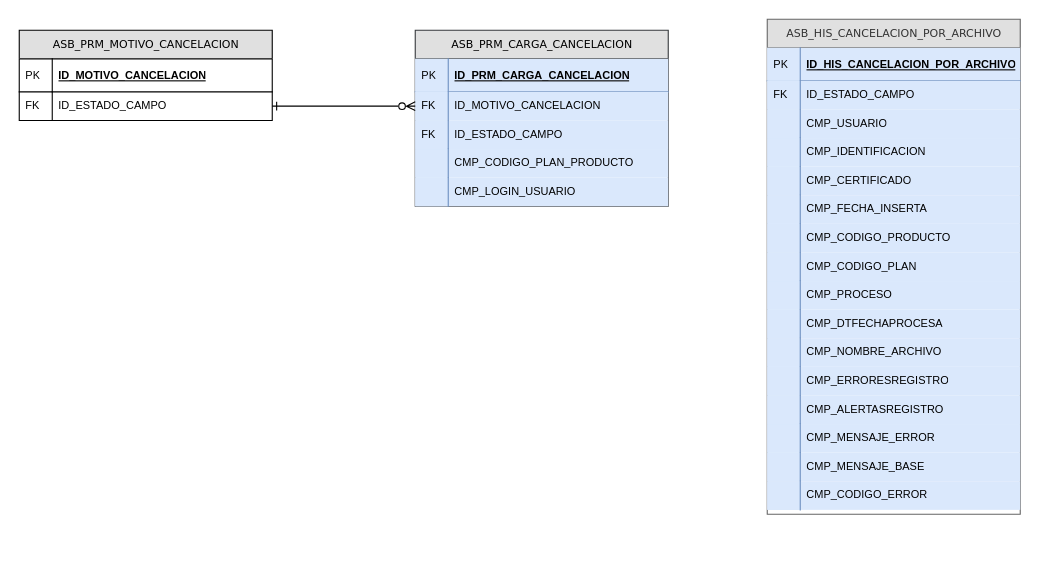
Earlier version of the draw.io diagram Diagrama_ER_CargaCancelacionPorArchivo.drawio (dmateoval/Diagramas). Source tidied: cells renumbered, new cells numbered last; positions are measured from the earlier drawing's top-left corner, leaving out a move shared by most shapes. Both pictures are drawn from the tidied source at 110%, with x=0, y=0 at pixel (19, 19).
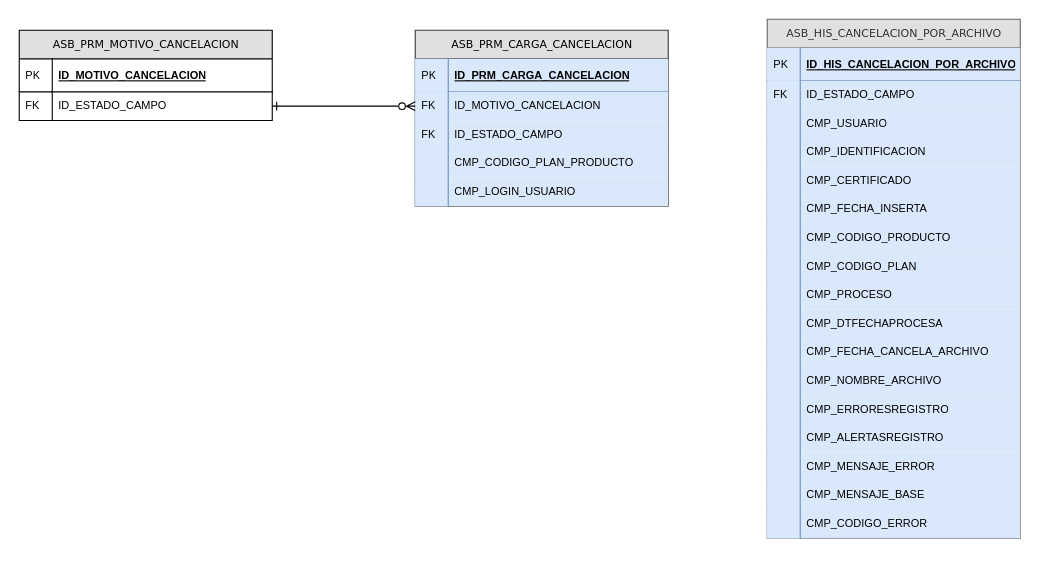
Above is the later version.

What changed in the source:
```diff
@@
     <mxCell id="18" value="ASB_HIS_CANCELACION_POR_ARCHIVO" style="swimlane;html=1;fontStyle=0;horizontal=1;startSize=26;fillColor=#e0e0e0;swimlaneFillColor=#ffffff;align=center;rounded=0;shadow=0;comic=0;labelBackgroundColor=none;strokeWidth=1;fontFamily=Verdana;fontSize=10;strokeColor=#666666;fontColor=#333333;" parent="1" vertex="1">
-      <mxGeometry x="680" width="230" height="450" as="geometry" />
+      <mxGeometry x="680" width="230" height="472" as="geometry" />
     </mxCell>
@@
+    <mxCell id="52" value="CMP_FECHA_CANCELA_ARCHIVO" style="shape=partialRectangle;top=0;left=0;right=0;bottom=0;html=1;align=left;verticalAlign=top;fillColor=#dae8fc;spacingLeft=34;spacingRight=4;whiteSpace=wrap;overflow=hidden;fontSize=10;strokeColor=#6c8ebf;" parent="18" vertex="1">
+      <mxGeometry y="290" width="230" height="26" as="geometry" />
+    </mxCell>
+    <mxCell id="53" style="shape=partialRectangle;top=0;left=0;bottom=0;html=1;fillColor=#dae8fc;align=left;verticalAlign=top;spacingLeft=4;spacingRight=4;whiteSpace=wrap;overflow=hidden;fontSize=10;strokeColor=#6c8ebf;" parent="52" vertex="1">
+      <mxGeometry width="30" height="26" as="geometry" />
+    </mxCell>
     <mxCell id="39" value="CMP_NOMBRE_ARCHIVO" style="shape=partialRectangle;top=0;left=0;right=0;bottom=0;html=1;align=left;verticalAlign=top;fillColor=#dae8fc;spacingLeft=34;spacingRight=4;whiteSpace=wrap;overflow=hidden;fontSize=10;strokeColor=#6c8ebf;" parent="18" vertex="1">
-      <mxGeometry y="290" width="230" height="26" as="geometry" />
+      <mxGeometry y="316" width="230" height="26" as="geometry" />
     </mxCell>
@@
     <mxCell id="41" value="CMP_ERRORESREGISTRO" style="shape=partialRectangle;top=0;left=0;right=0;bottom=0;html=1;align=left;verticalAlign=top;fillColor=#dae8fc;spacingLeft=34;spacingRight=4;whiteSpace=wrap;overflow=hidden;fontSize=10;strokeColor=#6c8ebf;" parent="18" vertex="1">
-      <mxGeometry y="316" width="230" height="26" as="geometry" />
+      <mxGeometry y="342" width="230" height="26" as="geometry" />
     </mxCell>
@@
     <mxCell id="43" value="CMP_ALERTASREGISTRO" style="shape=partialRectangle;top=0;left=0;right=0;bottom=0;html=1;align=left;verticalAlign=top;fillColor=#dae8fc;spacingLeft=34;spacingRight=4;whiteSpace=wrap;overflow=hidden;fontSize=10;strokeColor=#6c8ebf;" parent="18" vertex="1">
-      <mxGeometry y="342" width="230" height="26" as="geometry" />
+      <mxGeometry y="368" width="230" height="26" as="geometry" />
     </mxCell>
@@
     <mxCell id="45" value="CMP_MENSAJE_ERROR" style="shape=partialRectangle;top=0;left=0;right=0;bottom=0;html=1;align=left;verticalAlign=top;fillColor=#dae8fc;spacingLeft=34;spacingRight=4;whiteSpace=wrap;overflow=hidden;fontSize=10;strokeColor=#6c8ebf;" parent="18" vertex="1">
-      <mxGeometry y="368" width="230" height="26" as="geometry" />
+      <mxGeometry y="394" width="230" height="26" as="geometry" />
     </mxCell>
@@
     <mxCell id="47" value="CMP_MENSAJE_BASE" style="shape=partialRectangle;top=0;left=0;right=0;bottom=0;html=1;align=left;verticalAlign=top;fillColor=#dae8fc;spacingLeft=34;spacingRight=4;whiteSpace=wrap;overflow=hidden;fontSize=10;strokeColor=#6c8ebf;" parent="18" vertex="1">
-      <mxGeometry y="394" width="230" height="26" as="geometry" />
+      <mxGeometry y="420" width="230" height="26" as="geometry" />
     </mxCell>
@@
     <mxCell id="49" value="CMP_CODIGO_ERROR" style="shape=partialRectangle;top=0;left=0;right=0;bottom=0;html=1;align=left;verticalAlign=top;fillColor=#dae8fc;spacingLeft=34;spacingRight=4;whiteSpace=wrap;overflow=hidden;fontSize=10;strokeColor=#6c8ebf;" parent="18" vertex="1">
-      <mxGeometry y="420" width="230" height="26" as="geometry" />
+      <mxGeometry y="446" width="230" height="26" as="geometry" />
     </mxCell>
```
